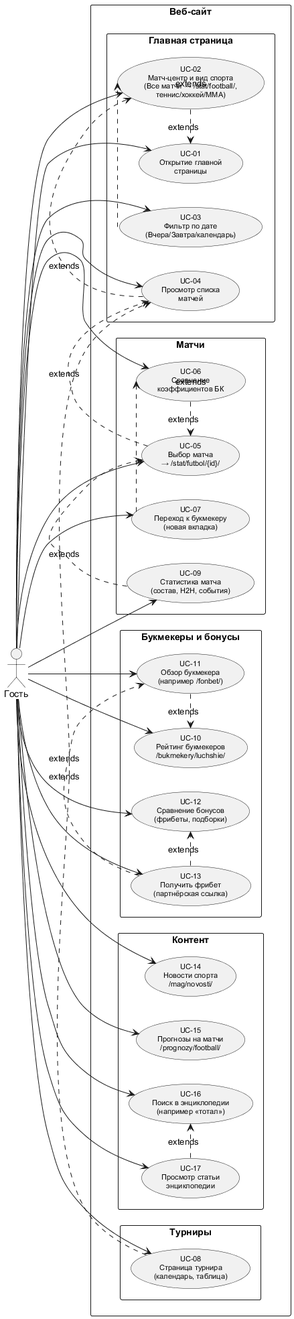
roge111/TPO_3_Lab keeps this PlantUML diagram as docs/use_case_diagram.png. Above is the earlier version.
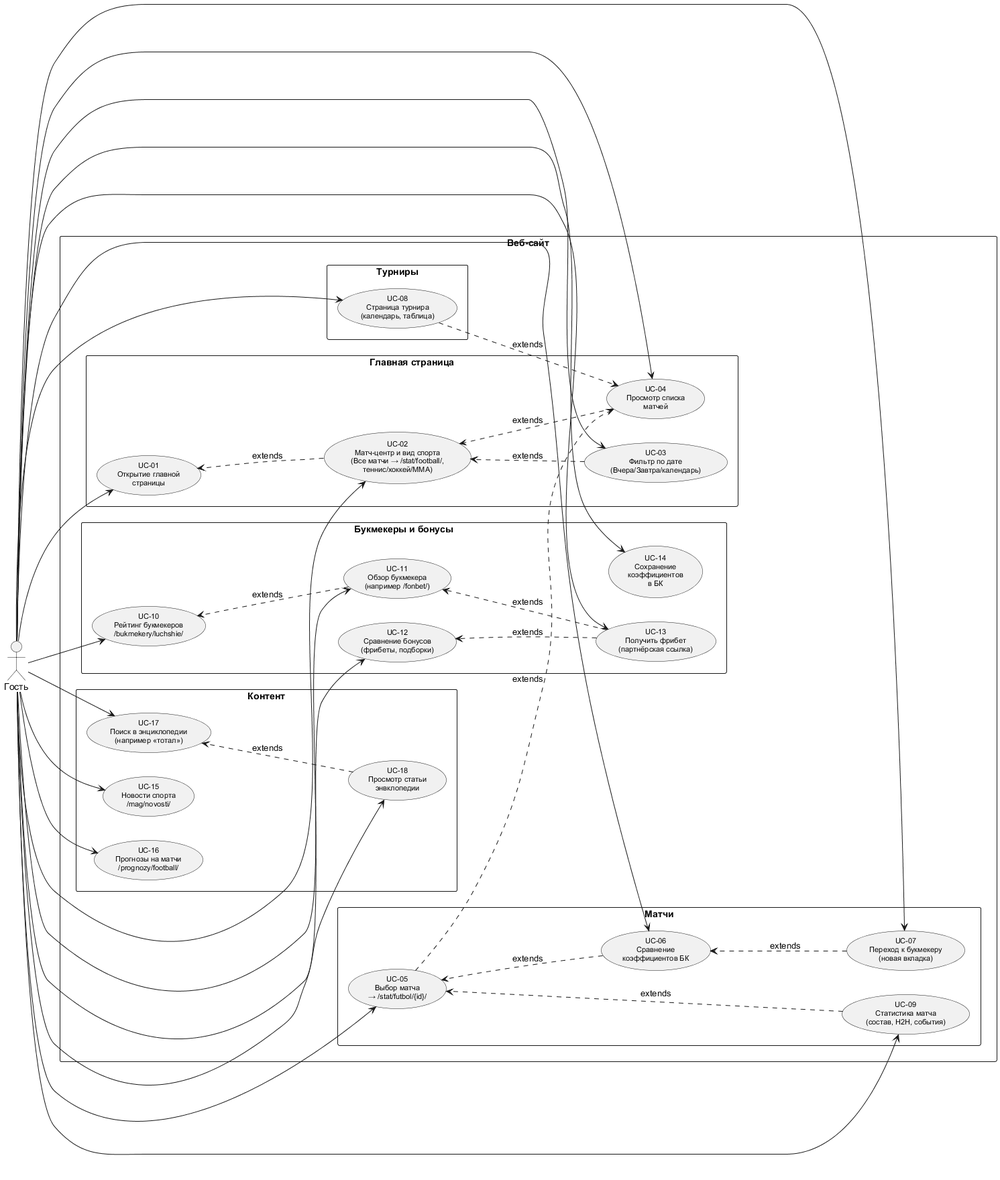
After the commit.

Commit message:
Обновлена диаграмма, текст не налазит, обновленка визальное представление

Diff of the diagram source:
```diff
@@ -1,189 +1,94 @@
 @startuml
 
 
-
-
-
 skinparam packageStyle rectangle
-
 skinparam usecaseFontSize 11
-
 skinparam defaultFontName Arial
-
-
-
 
 left to right direction
 
-
-
 actor "Гость" as Guest
-
-
 
 rectangle "Веб-сайт" {
 
-
-
-
   package "Главная страница" {
-
     usecase "UC-01\nОткрытие главной\nстраницы" as UC01
-
     usecase "UC-02\nМатч-центр и вид спорта\n(Все матчи → /stat/football/,\nтеннис/хоккей/MMA)" as UC02
-
     usecase "UC-03\nФильтр по дате\n(Вчера/Завтра/календарь)" as UC03
-
     usecase "UC-04\nПросмотр списка\nматчей" as UC04
-
     UC01 -[hidden]right- UC02
-
     UC02 -[hidden]right- UC03
-
     UC03 -[hidden]right- UC04
-
   }
 
-
-
-
   package "Матчи" {
-
     usecase "UC-05\nВыбор матча\n→ /stat/futbol/{id}/" as UC05
-
     usecase "UC-06\nСравнение\nкоэффициентов БК" as UC06
-
     usecase "UC-07\nПереход к букмекеру\n(новая вкладка)" as UC07
-
     usecase "UC-09\nСтатистика матча\n(состав, H2H, события)" as UC09
-
     UC05 -[hidden]right- UC06
-
     UC06 -[hidden]right- UC07
-
     UC07 -[hidden]right- UC09
-
   }
 
-
-
-
   package "Турниры" {
-
     usecase "UC-08\nСтраница турнира\n(календарь, таблица)" as UC08
-
   }
 
-
-
-
   package "Букмекеры и бонусы" {
-
     usecase "UC-10\nРейтинг букмекеров\n/bukmekery/luchshie/" as UC10
-
     usecase "UC-11\nОбзор букмекера\n(например /fonbet/)" as UC11
-
     usecase "UC-12\nСравнение бонусов\n(фрибеты, подборки)" as UC12
-
     usecase "UC-13\nПолучить фрибет\n(партнёрская ссылка)" as UC13
-
+    usecase "UC-14\nСохранение\nкоэффициентов\nв БК" as UC14
     UC10 -[hidden]right- UC11
-
     UC11 -[hidden]right- UC12
-
     UC12 -[hidden]right- UC13
-
+    UC13 -[hidden]right- UC14
   }
 
-
-
-
   package "Контент" {
-
-    usecase "UC-14\nНовости спорта\n/mag/novosti/" as UC14
-
-    usecase "UC-15\nПрогнозы на матчи\n/prognozy/football/" as UC15
-
-    usecase "UC-16\nПоиск в энциклопедии\n(например «тотал»)" as UC16
-
-    usecase "UC-17\nПросмотр статьи\nэнциклопедии" as UC17
-
-    UC14 -[hidden]right- UC15
-
+    usecase "UC-15\nНовости спорта\n/mag/novosti/" as UC15
+    usecase "UC-16\nПрогнозы на матчи\n/prognozy/football/" as UC16
+    usecase "UC-17\nПоиск в энциклопедии\n(например «тотал»)" as UC17
+    usecase "UC-18\nПросмотр статьи\nэнвклопедии" as UC18
     UC15 -[hidden]right- UC16
-
     UC16 -[hidden]right- UC17
-
+    UC17 -[hidden]right- UC18
   }
 
+  Guest --> UC01
+  Guest --> UC02
+  Guest --> UC03
+  Guest --> UC04
+  Guest --> UC05
+  Guest --> UC06
+  Guest --> UC07
+  Guest --> UC08
+  Guest --> UC09
+  Guest --> UC10
+  Guest --> UC11
+  Guest --> UC12
+  Guest --> UC13
+  Guest --> UC14
+  Guest --> UC15
+  Guest --> UC16
+  Guest --> UC17
+  Guest --> UC18
 
-
-
-  Guest --> UC01
-
-  Guest --> UC02
-
-  Guest --> UC03
-
-  Guest --> UC04
-
-  Guest --> UC05
-
-  Guest --> UC06
-
-  Guest --> UC07
-
-  Guest --> UC08
-
-  Guest --> UC09
-
-  Guest --> UC10
-
-  Guest --> UC11
-
-  Guest --> UC12
-
-  Guest --> UC13
-
-  Guest --> UC14
-
-  Guest --> UC15
-
-  Guest --> UC16
-
-  Guest --> UC17
-
-
-
-
-  UC02 .> UC01 : extends
-
-  UC03 .> UC02 : extends
-
-  UC04 .> UC02 : extends
-
-  UC05 .> UC04 : extends
-
-  UC06 .> UC05 : extends
-
-  UC07 .> UC06 : extends
-
-  UC09 .> UC05 : extends
-
-  UC08 .> UC04 : extends
-
-  UC11 .> UC10 : extends
-
-  UC13 .> UC12 : extends
-
-  UC13 .> UC11 : extends
-
-  UC17 .> UC16 : extends
-
-
+  UC02 ..down.> UC01 : «extends»
+  UC03 ..down.> UC02 : «extends»
+  UC04 ..down.> UC02 : «extends»
+  UC05 ..down.> UC04 : «extends»
+  UC06 ..down.> UC05 : «extends»
+  UC07 ..down.> UC06 : «extends»
+  UC09 ..down.> UC05 : «extends»
+  UC08 ..down.> UC04 : «extends»
+  UC11 ..down.> UC10 : «extends»
+  UC13 ..down.> UC12 : «extends»
+  UC13 ..down.> UC11 : «extends»
+  UC18 ..down.> UC17 : «extends»
 
 }
 
-
-
 @enduml
```
